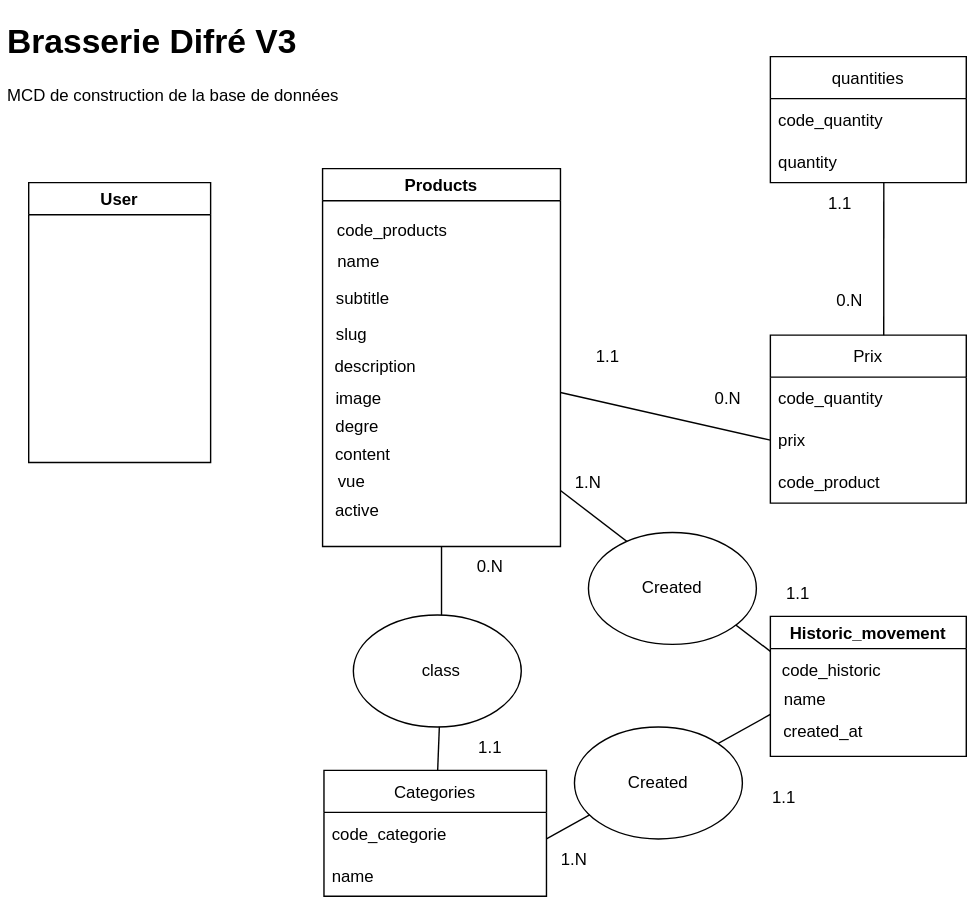
Above: sources/mcd.drawio.svg in maitrecanard/brasseriedifre_v3 (draw.io), before the change. Source tidied: cells renumbered, new cells last; positions are measured from the earlier drawing's top-left corner, leaving out a move shared by most shapes.
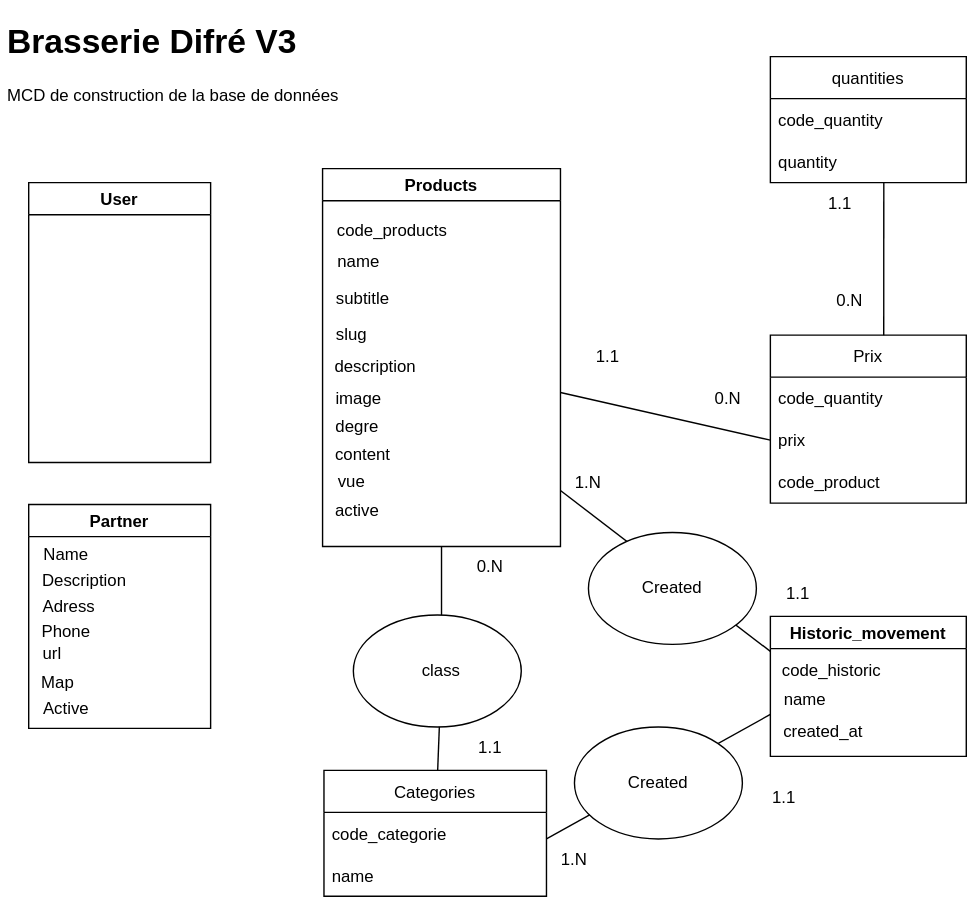
After the commit.

Commit message:
maj mcd partner

What changed in the source:
```diff
@@ -153,5 +153,29 @@
     <mxCell id="48" value="1.1" style="text;html=1;strokeColor=none;fillColor=none;align=center;verticalAlign=middle;whiteSpace=wrap;rounded=0;" parent="1" vertex="1">
       <mxGeometry x="530" y="545" width="60" height="30" as="geometry" />
     </mxCell>
+    <mxCell id="49" value="Partner" style="swimlane;" parent="1" vertex="1">
+      <mxGeometry x="20" y="350" width="130" height="160" as="geometry" />
+    </mxCell>
+    <mxCell id="50" value="Name" style="text;html=1;strokeColor=none;fillColor=none;align=center;verticalAlign=middle;whiteSpace=wrap;rounded=0;" parent="49" vertex="1">
+      <mxGeometry x="-3" y="21" width="60" height="30" as="geometry" />
+    </mxCell>
+    <mxCell id="51" value="Description" style="text;html=1;strokeColor=none;fillColor=none;align=center;verticalAlign=middle;whiteSpace=wrap;rounded=0;" parent="49" vertex="1">
+      <mxGeometry x="10" y="40" width="60" height="30" as="geometry" />
+    </mxCell>
+    <mxCell id="52" value="Adress" style="text;html=1;strokeColor=none;fillColor=none;align=center;verticalAlign=middle;whiteSpace=wrap;rounded=0;" parent="49" vertex="1">
+      <mxGeometry x="-1" y="58" width="60" height="30" as="geometry" />
+    </mxCell>
+    <mxCell id="53" value="Phone" style="text;html=1;strokeColor=none;fillColor=none;align=center;verticalAlign=middle;whiteSpace=wrap;rounded=0;" parent="49" vertex="1">
+      <mxGeometry x="-3" y="76" width="60" height="30" as="geometry" />
+    </mxCell>
+    <mxCell id="54" value="url" style="text;html=1;strokeColor=none;fillColor=none;align=center;verticalAlign=middle;whiteSpace=wrap;rounded=0;" parent="49" vertex="1">
+      <mxGeometry x="-13" y="92" width="60" height="30" as="geometry" />
+    </mxCell>
+    <mxCell id="55" value="Map" style="text;html=1;strokeColor=none;fillColor=none;align=center;verticalAlign=middle;whiteSpace=wrap;rounded=0;" parent="49" vertex="1">
+      <mxGeometry x="-9" y="113" width="60" height="30" as="geometry" />
+    </mxCell>
+    <mxCell id="56" value="Active" style="text;html=1;strokeColor=none;fillColor=none;align=center;verticalAlign=middle;whiteSpace=wrap;rounded=0;" parent="49" vertex="1">
+      <mxGeometry x="-3" y="131" width="60" height="30" as="geometry" />
+    </mxCell>
   </root>
 </mxGraphModel>
```
